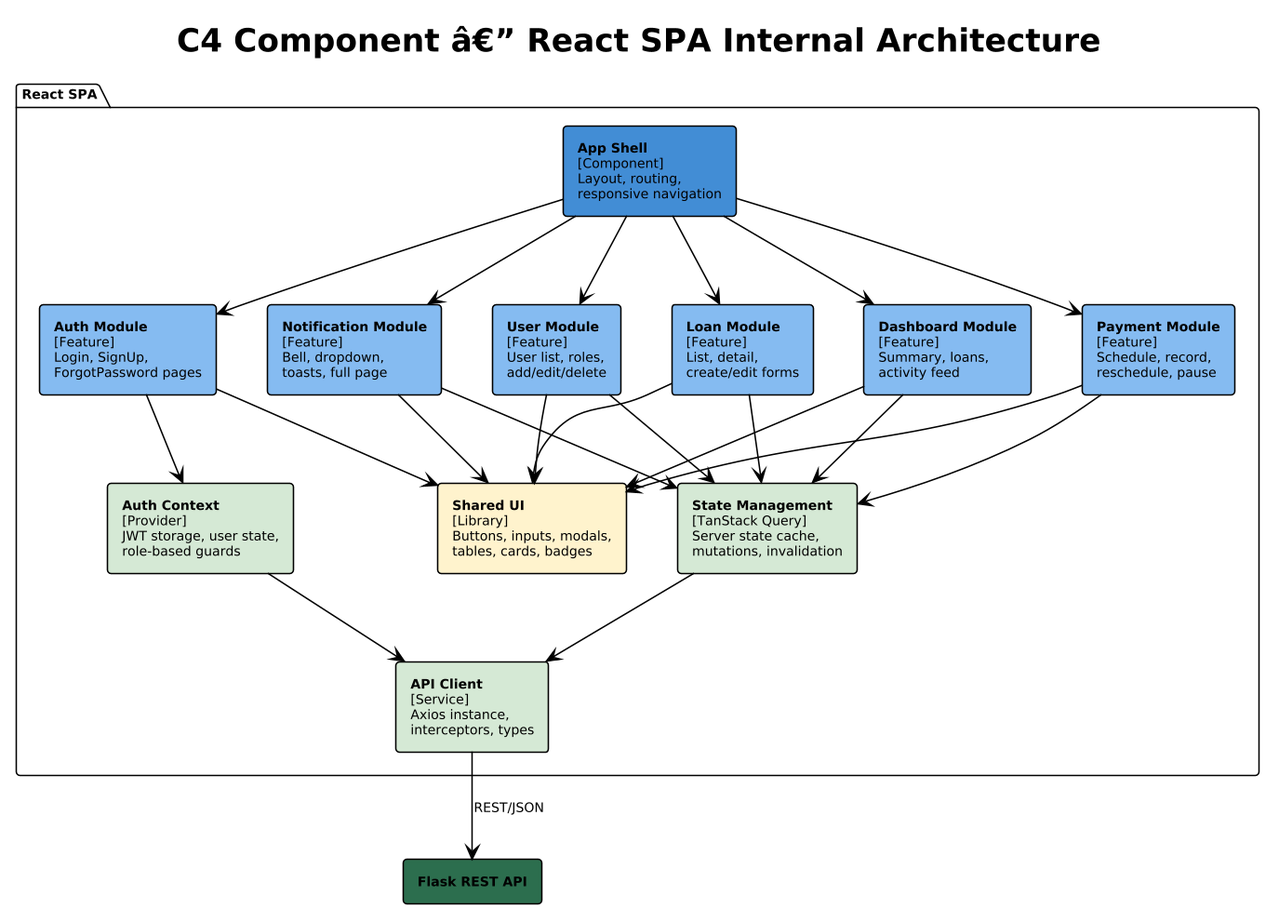
QuinntyneBrown/LendQ keeps this PlantUML diagram as docs/detailed-designs/diagrams/rendered/fe_c4_component_spa.png. Above is the earlier version.
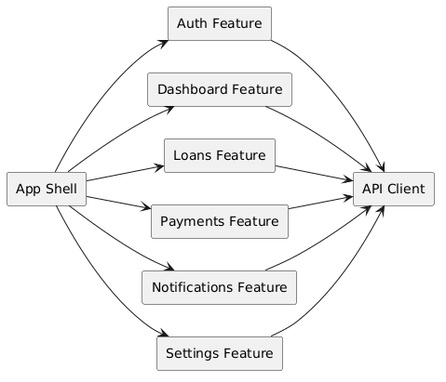
After the change.

Change to the diagram source:
```diff
@@ -1,59 +1,25 @@
 @startuml
-!theme plain
-skinparam dpi 150
-skinparam defaultFontSize 9
-skinparam componentStyle rectangle
+left to right direction
+skinparam shadowing false
+rectangle "App Shell" as shell
+rectangle "Auth Feature" as auth
+rectangle "Dashboard Feature" as dash
+rectangle "Loans Feature" as loans
+rectangle "Payments Feature" as payments
+rectangle "Notifications Feature" as notif
+rectangle "Settings Feature" as settings
+rectangle "API Client" as api
 
-title C4 Component â€” React SPA Internal Architecture
-
-package "React SPA" {
-  component "**App Shell**\n[Component]\nLayout, routing,\nresponsive navigation" as shell #438DD5
-
-  component "**Auth Module**\n[Feature]\nLogin, SignUp,\nForgotPassword pages" as auth_mod #85BBF0
-
-  component "**Dashboard Module**\n[Feature]\nSummary, loans,\nactivity feed" as dash_mod #85BBF0
-
-  component "**Loan Module**\n[Feature]\nList, detail,\ncreate/edit forms" as loan_mod #85BBF0
-
-  component "**Payment Module**\n[Feature]\nSchedule, record,\nreschedule, pause" as pay_mod #85BBF0
-
-  component "**User Module**\n[Feature]\nUser list, roles,\nadd/edit/delete" as user_mod #85BBF0
-
-  component "**Notification Module**\n[Feature]\nBell, dropdown,\ntoasts, full page" as notif_mod #85BBF0
-
-  component "**Shared UI**\n[Library]\nButtons, inputs, modals,\ntables, cards, badges" as ui #fff2cc
-
-  component "**API Client**\n[Service]\nAxios instance,\ninterceptors, types" as api_client #d5e8d4
-
-  component "**Auth Context**\n[Provider]\nJWT storage, user state,\nrole-based guards" as auth_ctx #d5e8d4
-
-  component "**State Management**\n[TanStack Query]\nServer state cache,\nmutations, invalidation" as state #d5e8d4
-}
-
-component "**Flask REST API**" as backend #2D6E4F
-
-shell --> auth_mod
-shell --> dash_mod
-shell --> loan_mod
-shell --> pay_mod
-shell --> user_mod
-shell --> notif_mod
-
-auth_mod --> ui
-dash_mod --> ui
-loan_mod --> ui
-pay_mod --> ui
-user_mod --> ui
-notif_mod --> ui
-
-auth_mod --> auth_ctx
-loan_mod --> state
-pay_mod --> state
-dash_mod --> state
-user_mod --> state
-notif_mod --> state
-
-state --> api_client
-auth_ctx --> api_client
-api_client --> backend : REST/JSON
+shell --> auth
+shell --> dash
+shell --> loans
+shell --> payments
+shell --> notif
+shell --> settings
+auth --> api
+dash --> api
+loans --> api
+payments --> api
+notif --> api
+settings --> api
 @enduml
```
